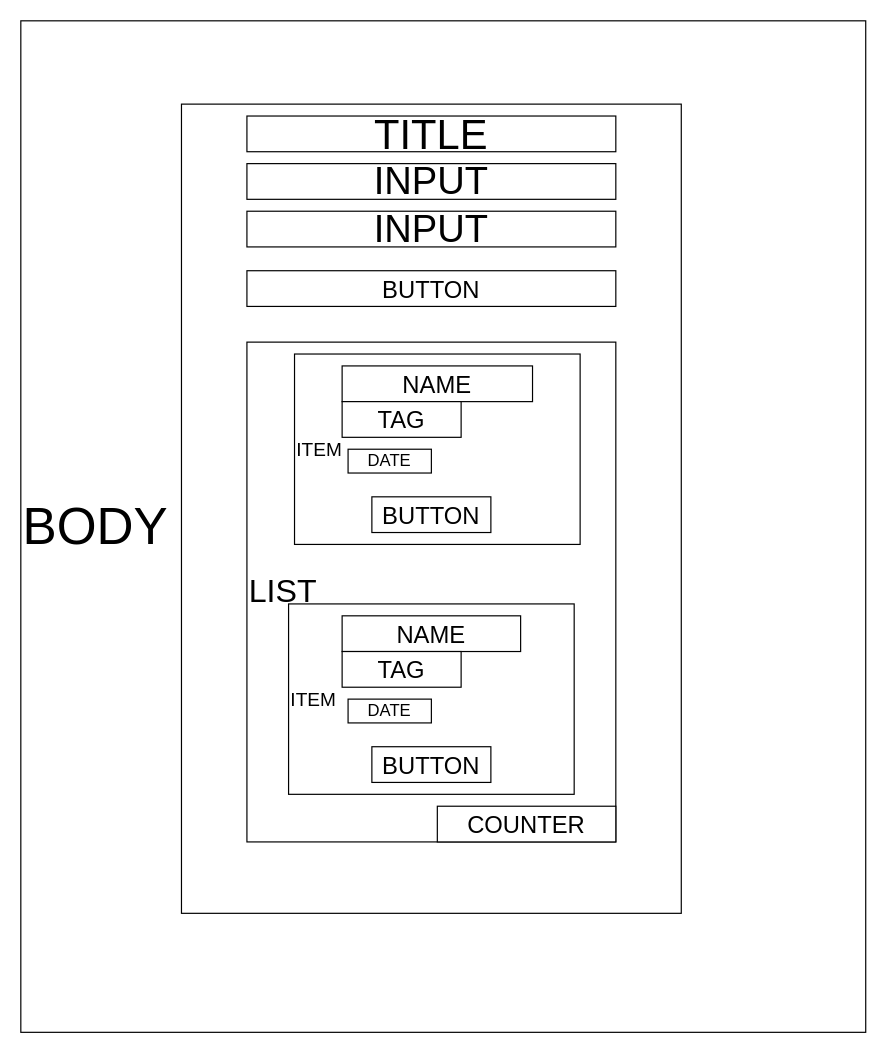
Before: Diagram_task_board.drawio in AlvaroPDs/RID-180672_Desafio03, a draw.io diagram. Source tidied: cells renumbered, new cells numbered last; positions are measured from the earlier drawing's top-left corner, leaving out a move shared by most shapes. Both pictures are drawn from the tidied source at 119%, with x=0, y=0 at pixel (20, 20).
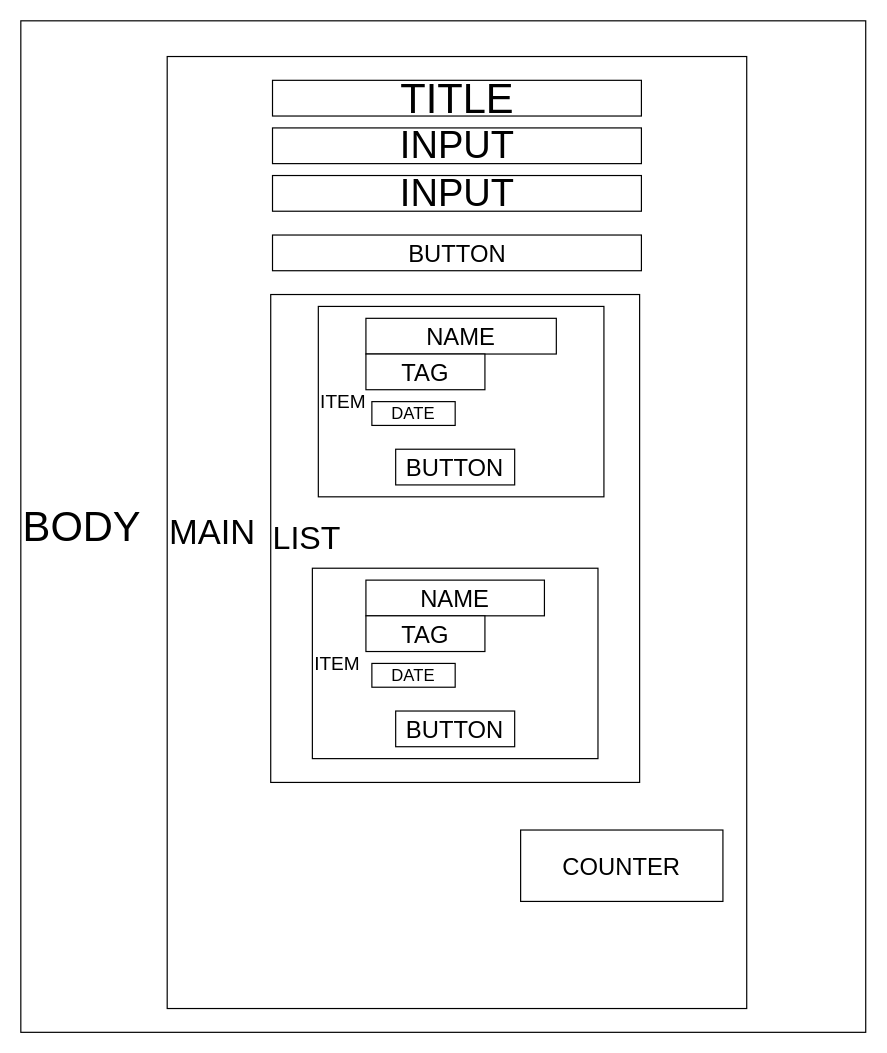
Above is the later version.

Change to the diagram source:
```diff
@@
-    <mxCell id="2" value="&lt;font style=&quot;font-size: 43px;&quot;&gt;BODY&lt;/font&gt;" style="rounded=0;whiteSpace=wrap;html=1;align=left;" parent="1" vertex="1">
+    <mxCell id="2" value="&lt;font style=&quot;font-size: 35px;&quot;&gt;BODY&lt;/font&gt;" style="rounded=0;whiteSpace=wrap;html=1;align=left;" parent="1" vertex="1">
       <mxGeometry width="710" height="850" as="geometry" />
     </mxCell>
-    <mxCell id="3" style="rounded=0;whiteSpace=wrap;html=1;" parent="1" vertex="1">
-      <mxGeometry x="135" y="70" width="420" height="680" as="geometry" />
+    <mxCell id="3" value="&lt;font style=&quot;font-size: 29px;&quot;&gt;MAIN&lt;/font&gt;" style="rounded=0;whiteSpace=wrap;html=1;align=left;" parent="1" vertex="1">
+      <mxGeometry x="123" y="30" width="487" height="800" as="geometry" />
     </mxCell>
     <mxCell id="4" value="&lt;font style=&quot;font-size: 35px;&quot;&gt;TITLE&lt;/font&gt;" style="rounded=0;whiteSpace=wrap;html=1;" parent="1" vertex="1">
-      <mxGeometry x="190" y="80" width="310" height="30" as="geometry" />
+      <mxGeometry x="211.5" y="50" width="310" height="30" as="geometry" />
     </mxCell>
     <mxCell id="5" value="&lt;font style=&quot;font-size: 32px;&quot;&gt;INPUT&lt;/font&gt;" style="rounded=0;whiteSpace=wrap;html=1;" parent="1" vertex="1">
-      <mxGeometry x="190" y="120" width="310" height="30" as="geometry" />
+      <mxGeometry x="211.5" y="90" width="310" height="30" as="geometry" />
     </mxCell>
     <mxCell id="6" value="&lt;font style=&quot;font-size: 32px;&quot;&gt;INPUT&lt;/font&gt;" style="rounded=0;whiteSpace=wrap;html=1;" parent="1" vertex="1">
-      <mxGeometry x="190" y="160" width="310" height="30" as="geometry" />
+      <mxGeometry x="211.5" y="130" width="310" height="30" as="geometry" />
     </mxCell>
     <mxCell id="7" value="&lt;font style=&quot;font-size: 20px;&quot;&gt;BUTTON&lt;/font&gt;" style="rounded=0;whiteSpace=wrap;html=1;" parent="1" vertex="1">
-      <mxGeometry x="190" y="210" width="310" height="30" as="geometry" />
+      <mxGeometry x="211.5" y="180" width="310" height="30" as="geometry" />
     </mxCell>
     <mxCell id="8" value="&lt;font style=&quot;font-size: 27px;&quot;&gt;LIST&lt;/font&gt;" style="rounded=0;whiteSpace=wrap;html=1;align=left;" parent="1" vertex="1">
-      <mxGeometry x="190" y="270" width="310" height="420" as="geometry" />
+      <mxGeometry x="210" y="230" width="310" height="410" as="geometry" />
     </mxCell>
     <mxCell id="9" value="&lt;font style=&quot;font-size: 16px;&quot;&gt;ITEM&lt;/font&gt;" style="rounded=0;whiteSpace=wrap;html=1;align=left;" parent="1" vertex="1">
-      <mxGeometry x="230" y="280" width="240" height="160" as="geometry" />
+      <mxGeometry x="250" y="240" width="240" height="160" as="geometry" />
     </mxCell>
     <mxCell id="10" value="&lt;font style=&quot;font-size: 16px;&quot;&gt;ITEM&lt;/font&gt;" style="rounded=0;whiteSpace=wrap;html=1;align=left;" parent="1" vertex="1">
-      <mxGeometry x="225" y="490" width="240" height="160" as="geometry" />
+      <mxGeometry x="245" y="460" width="240" height="160" as="geometry" />
     </mxCell>
     <mxCell id="11" value="&lt;font style=&quot;font-size: 20px;&quot;&gt;BUTTON&lt;/font&gt;" style="rounded=0;whiteSpace=wrap;html=1;" parent="1" vertex="1">
-      <mxGeometry x="295" y="400" width="100" height="30" as="geometry" />
+      <mxGeometry x="315" y="360" width="100" height="30" as="geometry" />
     </mxCell>
     <mxCell id="12" value="&lt;font style=&quot;font-size: 20px;&quot;&gt;BUTTON&lt;/font&gt;" style="rounded=0;whiteSpace=wrap;html=1;" parent="1" vertex="1">
-      <mxGeometry x="295" y="610" width="100" height="30" as="geometry" />
+      <mxGeometry x="315" y="580" width="100" height="30" as="geometry" />
     </mxCell>
@@
     <mxCell id="14" value="&lt;font style=&quot;font-size: 14px;&quot;&gt;DATE&lt;/font&gt;" style="rounded=0;whiteSpace=wrap;html=1;" parent="1" vertex="1">
-      <mxGeometry x="275" y="360" width="70" height="20" as="geometry" />
+      <mxGeometry x="295" y="320" width="70" height="20" as="geometry" />
     </mxCell>
     <mxCell id="15" value="&lt;font style=&quot;font-size: 14px;&quot;&gt;DATE&lt;/font&gt;" style="rounded=0;whiteSpace=wrap;html=1;" parent="1" vertex="1">
-      <mxGeometry x="275" y="570" width="70" height="20" as="geometry" />
+      <mxGeometry x="295" y="540" width="70" height="20" as="geometry" />
     </mxCell>
     <mxCell id="16" value="&lt;font style=&quot;font-size: 20px;&quot;&gt;NAME&lt;/font&gt;" style="rounded=0;whiteSpace=wrap;html=1;" parent="1" vertex="1">
-      <mxGeometry x="270" y="500" width="150" height="30" as="geometry" />
+      <mxGeometry x="290" y="470" width="150" height="30" as="geometry" />
     </mxCell>
     <mxCell id="17" value="&lt;font style=&quot;font-size: 20px;&quot;&gt;NAME&lt;/font&gt;" style="rounded=0;whiteSpace=wrap;html=1;" parent="1" vertex="1">
-      <mxGeometry x="270" y="290" width="160" height="30" as="geometry" />
+      <mxGeometry x="290" y="250" width="160" height="30" as="geometry" />
     </mxCell>
     <mxCell id="18" value="&lt;font style=&quot;font-size: 20px;&quot;&gt;TAG&lt;/font&gt;" style="rounded=0;whiteSpace=wrap;html=1;" parent="1" vertex="1">
-      <mxGeometry x="270" y="530" width="100" height="30" as="geometry" />
+      <mxGeometry x="290" y="500" width="100" height="30" as="geometry" />
     </mxCell>
     <mxCell id="19" value="&lt;font style=&quot;font-size: 20px;&quot;&gt;TAG&lt;/font&gt;" style="rounded=0;whiteSpace=wrap;html=1;" parent="1" vertex="1">
-      <mxGeometry x="270" y="320" width="100" height="30" as="geometry" />
+      <mxGeometry x="290" y="280" width="100" height="30" as="geometry" />
     </mxCell>
     <mxCell id="20" value="&lt;font style=&quot;font-size: 20px;&quot;&gt;COUNTER&lt;/font&gt;" style="rounded=0;whiteSpace=wrap;html=1;" parent="1" vertex="1">
-      <mxGeometry x="350" y="660" width="150" height="30" as="geometry" />
+      <mxGeometry x="420" y="680" width="170" height="60" as="geometry" />
     </mxCell>
```
